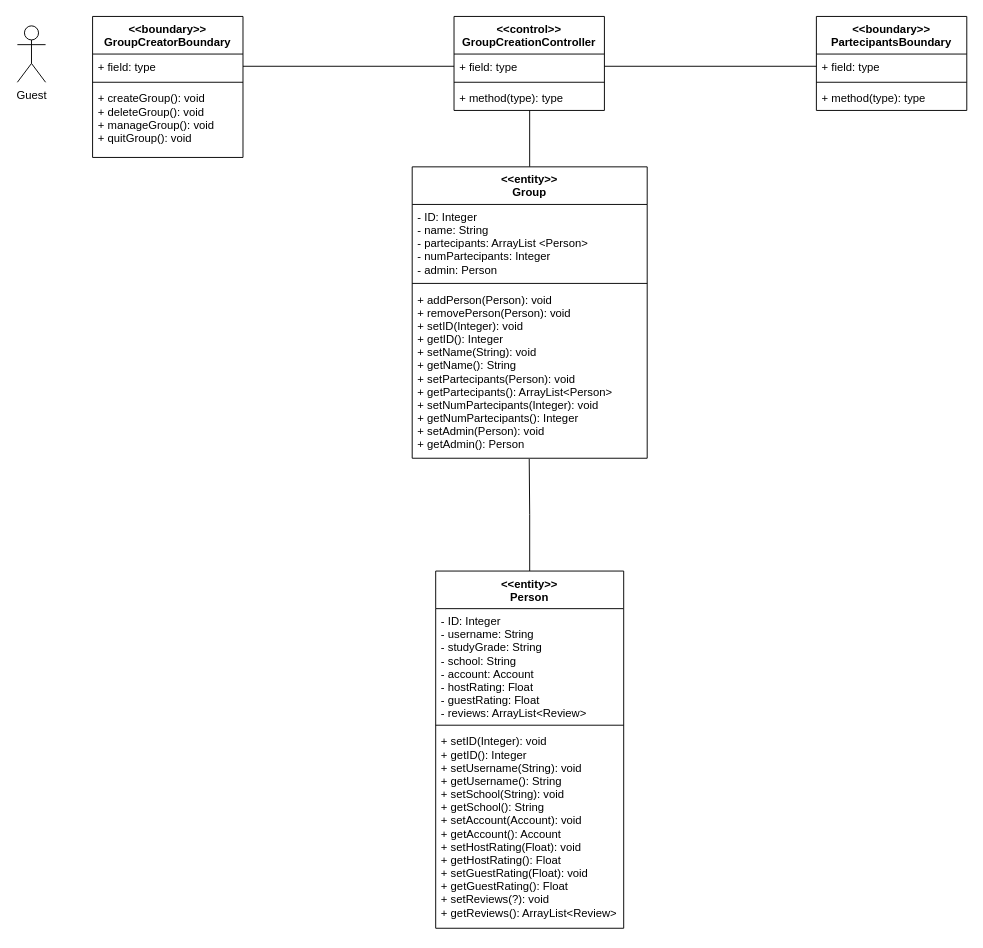
Earlier version of the draw.io diagram Docs/VoPC/VoPC CreateStudyGroup.drawio (nic-agos/DoveStudi). Source tidied: cells renumbered, new cells numbered last; positions are measured from the earlier drawing's top-left corner, leaving out a move shared by most shapes. Both pictures are drawn from the tidied source at 94%, with x=0, y=0 at pixel (17, 16).
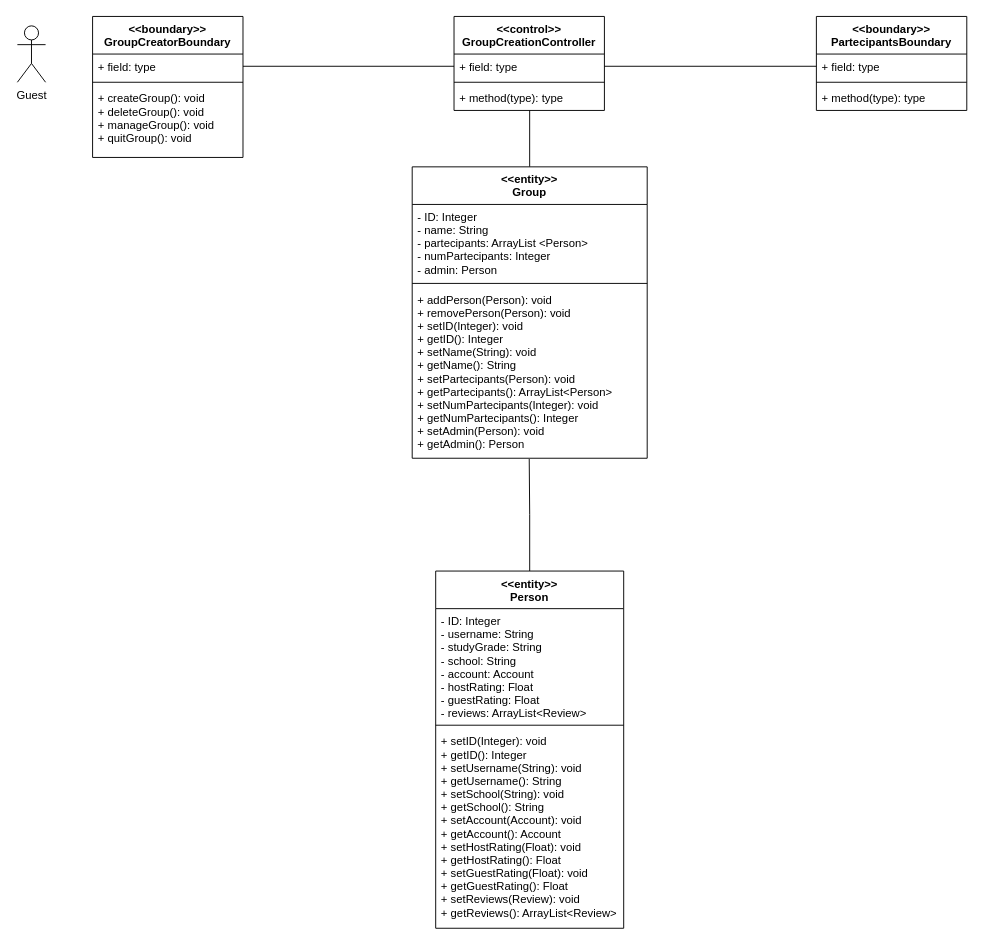
The same page after the edit.

The change refers to these unchanged cells:
```xml
<mxCell id="23" value="&lt;&lt;entity&gt;&gt;&#10;Person" style="swimlane;fontStyle=1;align=center;verticalAlign=top;horizontal=1;startSize=40;" parent="1" vertex="1">
  <mxGeometry x="445" y="590" width="200" height="380" as="geometry" />
</mxCell>
```

What changed in the source:
```diff
@@
-    <mxCell id="26" value="+ setID(Integer): void&#10;+ getID(): Integer&#10;+ setUsername(String): void&#10;+ getUsername(): String&#10;+ setSchool(String): void&#10;+ getSchool(): String&#10;+ setAccount(Account): void&#10;+ getAccount(): Account&#10;+ setHostRating(Float): void&#10;+ getHostRating(): Float&#10;+ setGuestRating(Float): void&#10;+ getGuestRating(): Float&#10;+ setReviews(?): void&#10;+ getReviews(): ArrayList&lt;Review&gt;" style="text;strokeColor=none;fillColor=none;align=left;verticalAlign=top;spacingLeft=4;spacingRight=4;overflow=hidden;" parent="23" vertex="1">
+    <mxCell id="26" value="+ setID(Integer): void&#10;+ getID(): Integer&#10;+ setUsername(String): void&#10;+ getUsername(): String&#10;+ setSchool(String): void&#10;+ getSchool(): String&#10;+ setAccount(Account): void&#10;+ getAccount(): Account&#10;+ setHostRating(Float): void&#10;+ getHostRating(): Float&#10;+ setGuestRating(Float): void&#10;+ getGuestRating(): Float&#10;+ setReviews(Review): void&#10;+ getReviews(): ArrayList&lt;Review&gt;" style="text;strokeColor=none;fillColor=none;align=left;verticalAlign=top;spacingLeft=4;spacingRight=4;overflow=hidden;" parent="23" vertex="1">
       <mxGeometry y="168" width="200" height="212" as="geometry" />
     </mxCell>
```
